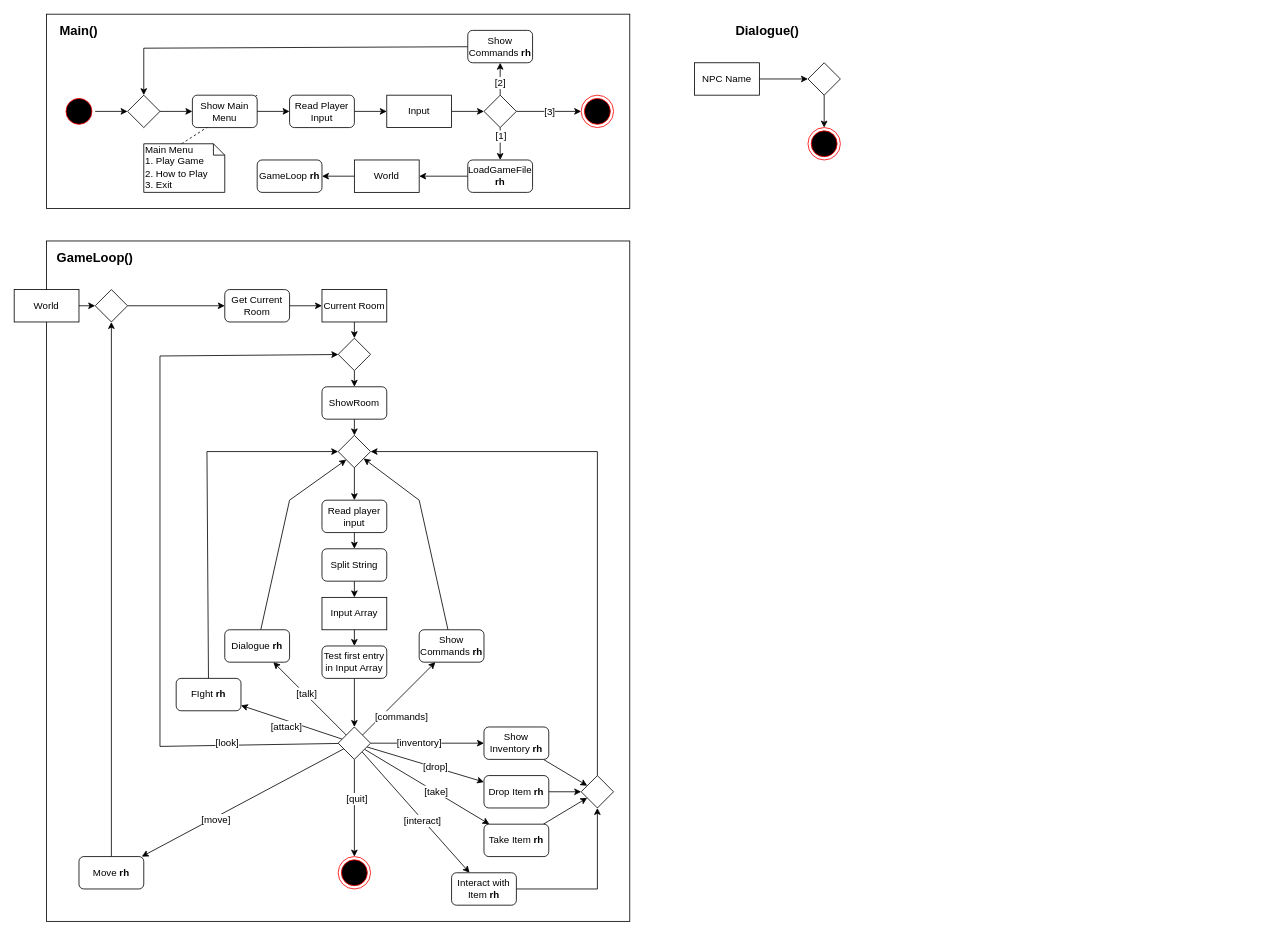
Earlier version of the draw.io diagram page "Activities" (3 of 3) of Diagrams/Legends of Antir Diagrams.drawio (qogoist/LegendsOfAntir). Source tidied: cells renumbered, new cells numbered last; positions are measured from the earlier drawing's top-left corner, leaving out a move shared by most shapes. Both pictures are drawn from the tidied source at 81%, with x=0, y=0 at pixel (14, 14).
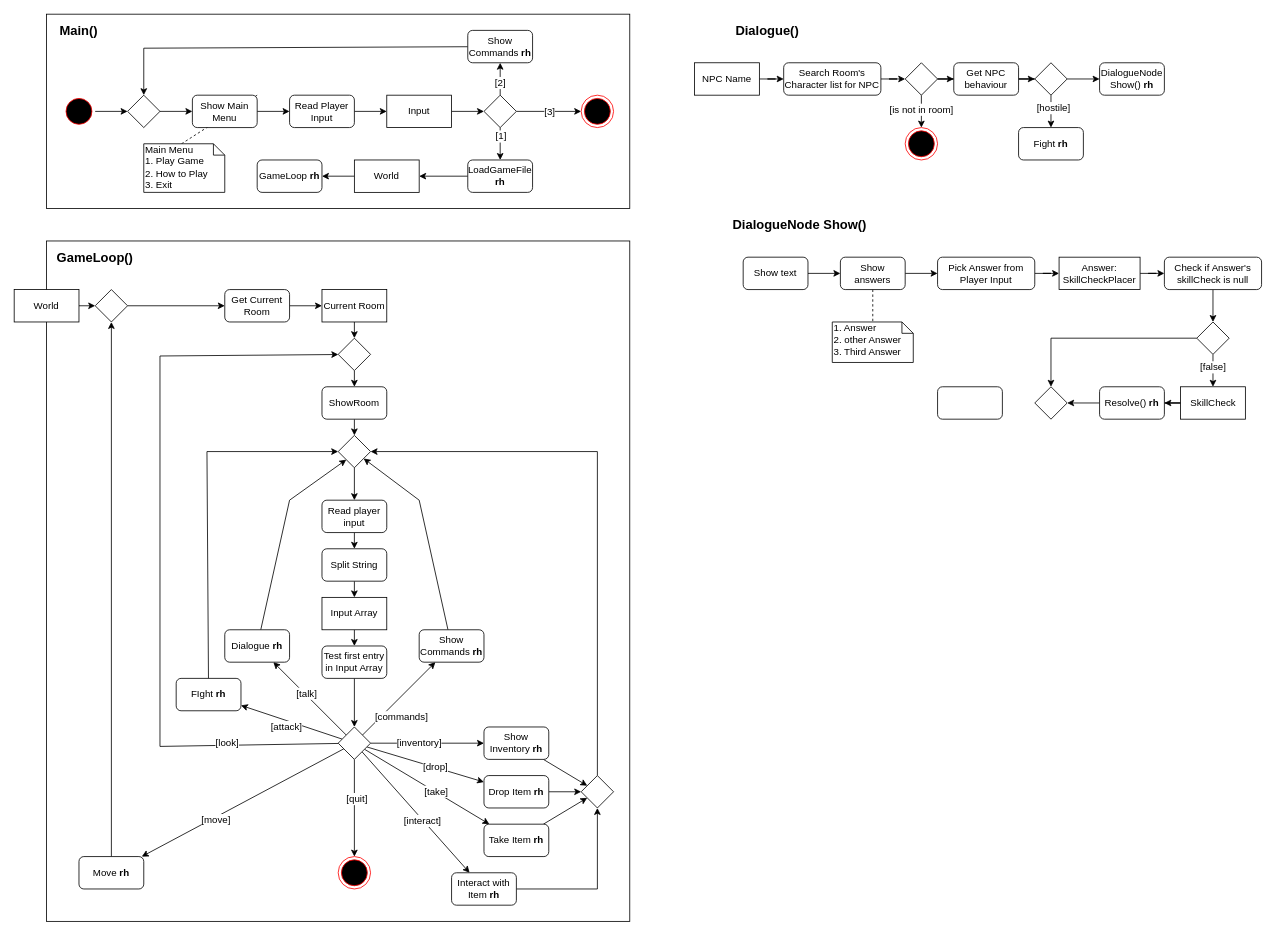
Above is the later version.

Unchanged cells that the change refers to:
```xml
<mxCell id="96" value="NPC Name" style="rounded=0;whiteSpace=wrap;html=1;fillColor=#ffffff;fontSize=12;" parent="1" vertex="1">
  <mxGeometry x="840" y="60" width="80" height="40" as="geometry" />
</mxCell>
<mxCell id="99" style="edgeStyle=none;rounded=0;jettySize=auto;html=1;endArrow=classic;endFill=1;fontSize=12;" parent="1" edge="1" source="100" target="101">
  <mxGeometry relative="1" as="geometry" />
</mxCell>
```

The edit, as a diff of the source:
```diff
@@
-    <mxCell id="95" style="edgeStyle=none;rounded=0;jettySize=auto;html=1;endArrow=classic;endFill=1;fontSize=12;" parent="1" edge="1" source="96" target="100">
-      <mxGeometry relative="1" as="geometry" />
-    </mxCell>
+    <mxCell id="102" style="edgeStyle=orthogonalEdgeStyle;rounded=0;jettySize=auto;html=1;" parent="1" edge="1" source="96" target="106">
+      <mxGeometry relative="1" as="geometry" />
+    </mxCell>
@@
+    <mxCell id="103" value="[is not in room]" style="text;html=1;align=center;verticalAlign=middle;labelBackgroundColor=#ffffff;" parent="99" vertex="1">
+      <mxGeometry x="-0.17" y="-1" relative="1" as="geometry" />
+    </mxCell>
+    <mxCell id="104" style="edgeStyle=orthogonalEdgeStyle;rounded=0;jettySize=auto;html=1;" parent="1" edge="1" source="100" target="108">
+      <mxGeometry relative="1" as="geometry" />
+    </mxCell>
     <mxCell id="100" style="rhombus;whiteSpace=wrap;html=1;fillColor=#ffffff;fontSize=12;" parent="1" vertex="1">
-      <mxGeometry x="980" y="60" width="40" height="40" as="geometry" />
+      <mxGeometry x="1100" y="60" width="40" height="40" as="geometry" />
     </mxCell>
     <mxCell id="101" style="ellipse;html=1;shape=endState;fillColor=#000000;strokeColor=#ff0000;fontSize=12;" parent="1" vertex="1">
-      <mxGeometry x="980" y="140" width="40" height="40" as="geometry" />
+      <mxGeometry x="1100" y="140" width="40" height="40" as="geometry" />
     </mxCell>
+    <mxCell id="105" style="edgeStyle=orthogonalEdgeStyle;rounded=0;jettySize=auto;html=1;" parent="1" edge="1" source="106" target="100">
+      <mxGeometry relative="1" as="geometry" />
+    </mxCell>
+    <mxCell id="106" value="Search Room's Character list for NPC" style="rounded=1;whiteSpace=wrap;html=1;" parent="1" vertex="1">
+      <mxGeometry x="950" y="60" width="120" height="40" as="geometry" />
+    </mxCell>
+    <mxCell id="107" style="edgeStyle=orthogonalEdgeStyle;rounded=0;jettySize=auto;html=1;" parent="1" edge="1" source="108" target="112">
+      <mxGeometry relative="1" as="geometry" />
+    </mxCell>
+    <mxCell id="108" value="Get NPC behaviour" style="rounded=1;whiteSpace=wrap;html=1;" parent="1" vertex="1">
+      <mxGeometry x="1160" y="60" width="80" height="40" as="geometry" />
+    </mxCell>
+    <mxCell id="109" style="edgeStyle=orthogonalEdgeStyle;rounded=0;jettySize=auto;html=1;" parent="1" edge="1" source="112" target="113">
+      <mxGeometry relative="1" as="geometry" />
+    </mxCell>
+    <mxCell id="110" value="[hostile]" style="text;html=1;align=center;verticalAlign=middle;labelBackgroundColor=#ffffff;" parent="109" vertex="1">
+      <mxGeometry x="-0.26" y="2" relative="1" as="geometry" />
+    </mxCell>
+    <mxCell id="111" style="edgeStyle=orthogonalEdgeStyle;rounded=0;jettySize=auto;html=1;" parent="1" edge="1" source="112" target="114">
+      <mxGeometry relative="1" as="geometry" />
+    </mxCell>
+    <mxCell id="112" style="rhombus;whiteSpace=wrap;html=1;" parent="1" vertex="1">
+      <mxGeometry x="1260" y="60" width="40" height="40" as="geometry" />
+    </mxCell>
+    <mxCell id="113" value="Fight &lt;b&gt;rh&lt;/b&gt;" style="rounded=1;whiteSpace=wrap;html=1;" parent="1" vertex="1">
+      <mxGeometry x="1240" y="140" width="80" height="40" as="geometry" />
+    </mxCell>
+    <mxCell id="114" value="DialogueNode Show() &lt;b&gt;rh&lt;/b&gt;" style="rounded=1;whiteSpace=wrap;html=1;" parent="1" vertex="1">
+      <mxGeometry x="1340" y="60" width="80" height="40" as="geometry" />
+    </mxCell>
+    <mxCell id="115" value="&lt;b&gt;DialogueNode Show()&lt;/b&gt;" style="text;html=1;strokeColor=none;fillColor=none;align=center;verticalAlign=middle;whiteSpace=wrap;rounded=0;fontSize=16;" parent="1" vertex="1">
+      <mxGeometry x="880" y="240" width="180" height="40" as="geometry" />
+    </mxCell>
+    <mxCell id="116" style="edgeStyle=orthogonalEdgeStyle;rounded=0;jettySize=auto;html=1;" parent="1" edge="1" source="117" target="120">
+      <mxGeometry relative="1" as="geometry" />
+    </mxCell>
+    <mxCell id="117" value="Show text" style="rounded=1;whiteSpace=wrap;html=1;" parent="1" vertex="1">
+      <mxGeometry x="900" y="300" width="80" height="40" as="geometry" />
+    </mxCell>
+    <mxCell id="118" style="rounded=0;jettySize=auto;html=1;dashed=1;endArrow=none;endFill=0;" parent="1" edge="1" source="120" target="121">
+      <mxGeometry relative="1" as="geometry" />
+    </mxCell>
+    <mxCell id="119" style="edgeStyle=orthogonalEdgeStyle;rounded=0;jettySize=auto;html=1;endArrow=classic;endFill=1;" parent="1" edge="1" source="120" target="130">
+      <mxGeometry relative="1" as="geometry" />
+    </mxCell>
+    <mxCell id="120" value="Show answers" style="rounded=1;whiteSpace=wrap;html=1;" parent="1" vertex="1">
+      <mxGeometry x="1020" y="300" width="80" height="40" as="geometry" />
+    </mxCell>
+    <mxCell id="121" value="1. Answer&amp;nbsp;&lt;br&gt;2. other Answer&lt;br&gt;3. Third Answer" style="shape=note;whiteSpace=wrap;html=1;size=14;verticalAlign=top;align=left;spacingTop=-6;" parent="1" vertex="1">
+      <mxGeometry x="1010" y="380" width="100" height="50" as="geometry" />
+    </mxCell>
+    <mxCell id="122" style="edgeStyle=orthogonalEdgeStyle;rounded=0;jettySize=auto;html=1;endArrow=classic;endFill=1;" parent="1" edge="1" source="123" target="127">
+      <mxGeometry relative="1" as="geometry" />
+    </mxCell>
+    <mxCell id="123" value="Check if Answer's skillCheck is null" style="rounded=1;whiteSpace=wrap;html=1;" parent="1" vertex="1">
+      <mxGeometry x="1420" y="300" width="120" height="40" as="geometry" />
+    </mxCell>
+    <mxCell id="124" style="edgeStyle=orthogonalEdgeStyle;rounded=0;jettySize=auto;html=1;entryX=0.5;entryY=0;entryDx=0;entryDy=0;endArrow=classic;endFill=1;" parent="1" edge="1" source="127" target="134">
+      <mxGeometry relative="1" as="geometry" />
+    </mxCell>
+    <mxCell id="125" value="[false]" style="text;html=1;align=center;verticalAlign=middle;labelBackgroundColor=#ffffff;" parent="124" vertex="1">
+      <mxGeometry x="-0.24" y="-1" relative="1" as="geometry" />
+    </mxCell>
+    <mxCell id="126" style="edgeStyle=orthogonalEdgeStyle;rounded=0;jettySize=auto;html=1;endArrow=classic;endFill=1;" parent="1" edge="1" source="127" target="137">
+      <mxGeometry relative="1" as="geometry" />
+    </mxCell>
+    <mxCell id="127" style="rhombus;whiteSpace=wrap;html=1;" parent="1" vertex="1">
+      <mxGeometry x="1460" y="380" width="40" height="40" as="geometry" />
+    </mxCell>
+    <mxCell id="128" style="rounded=1;whiteSpace=wrap;html=1;" parent="1" vertex="1">
+      <mxGeometry x="1140" y="460" width="80" height="40" as="geometry" />
+    </mxCell>
+    <mxCell id="129" style="edgeStyle=orthogonalEdgeStyle;rounded=0;jettySize=auto;html=1;endArrow=classic;endFill=1;" parent="1" edge="1" source="130" target="132">
+      <mxGeometry relative="1" as="geometry" />
+    </mxCell>
+    <mxCell id="130" value="Pick Answer from Player Input" style="rounded=1;whiteSpace=wrap;html=1;" parent="1" vertex="1">
+      <mxGeometry x="1140" y="300" width="120" height="40" as="geometry" />
+    </mxCell>
+    <mxCell id="131" style="edgeStyle=orthogonalEdgeStyle;rounded=0;jettySize=auto;html=1;endArrow=classic;endFill=1;" parent="1" edge="1" source="132" target="123">
+      <mxGeometry relative="1" as="geometry" />
+    </mxCell>
+    <mxCell id="132" value="Answer: SkillCheckPlacer" style="rounded=0;whiteSpace=wrap;html=1;" parent="1" vertex="1">
+      <mxGeometry x="1290" y="300" width="100" height="40" as="geometry" />
+    </mxCell>
+    <mxCell id="133" style="edgeStyle=orthogonalEdgeStyle;rounded=0;jettySize=auto;html=1;endArrow=classic;endFill=1;" parent="1" edge="1" source="134" target="136">
+      <mxGeometry relative="1" as="geometry" />
+    </mxCell>
+    <mxCell id="134" value="SkillCheck" style="html=1;" parent="1" vertex="1">
+      <mxGeometry x="1440" y="460" width="80" height="40" as="geometry" />
+    </mxCell>
+    <mxCell id="135" style="edgeStyle=orthogonalEdgeStyle;rounded=0;jettySize=auto;html=1;endArrow=classic;endFill=1;" parent="1" edge="1" source="136" target="137">
+      <mxGeometry relative="1" as="geometry" />
+    </mxCell>
+    <mxCell id="136" value="Resolve() &lt;b&gt;rh&lt;/b&gt;" style="rounded=1;whiteSpace=wrap;html=1;" parent="1" vertex="1">
+      <mxGeometry x="1340" y="460" width="80" height="40" as="geometry" />
+    </mxCell>
+    <mxCell id="137" style="rhombus;whiteSpace=wrap;html=1;" parent="1" vertex="1">
+      <mxGeometry x="1260" y="460" width="40" height="40" as="geometry" />
+    </mxCell>
```
